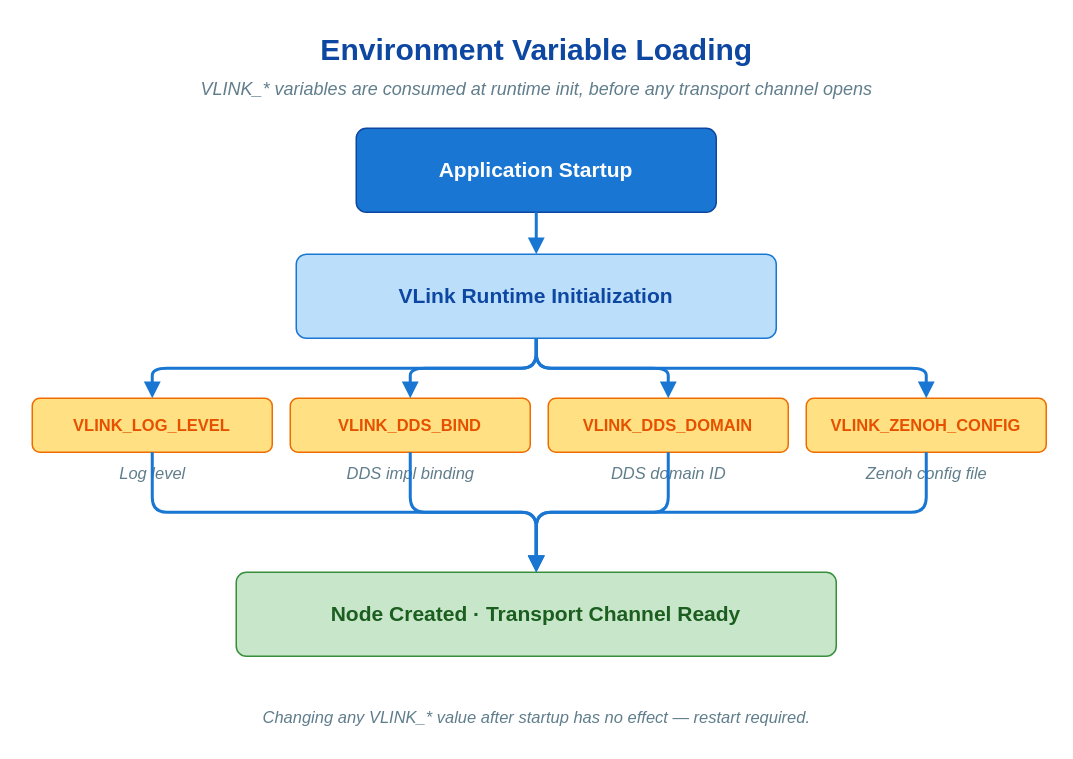
This is doc/images/env-var-loading.drawio from thun-res/vlink, a draw.io file, before an edit. Source tidied: cells renumbered, new cells numbered last; positions are measured from the earlier drawing's top-left corner, leaving out a move shared by most shapes. Both pictures are drawn from the tidied source at 150%, with x=0, y=0 at pixel (26, 26).
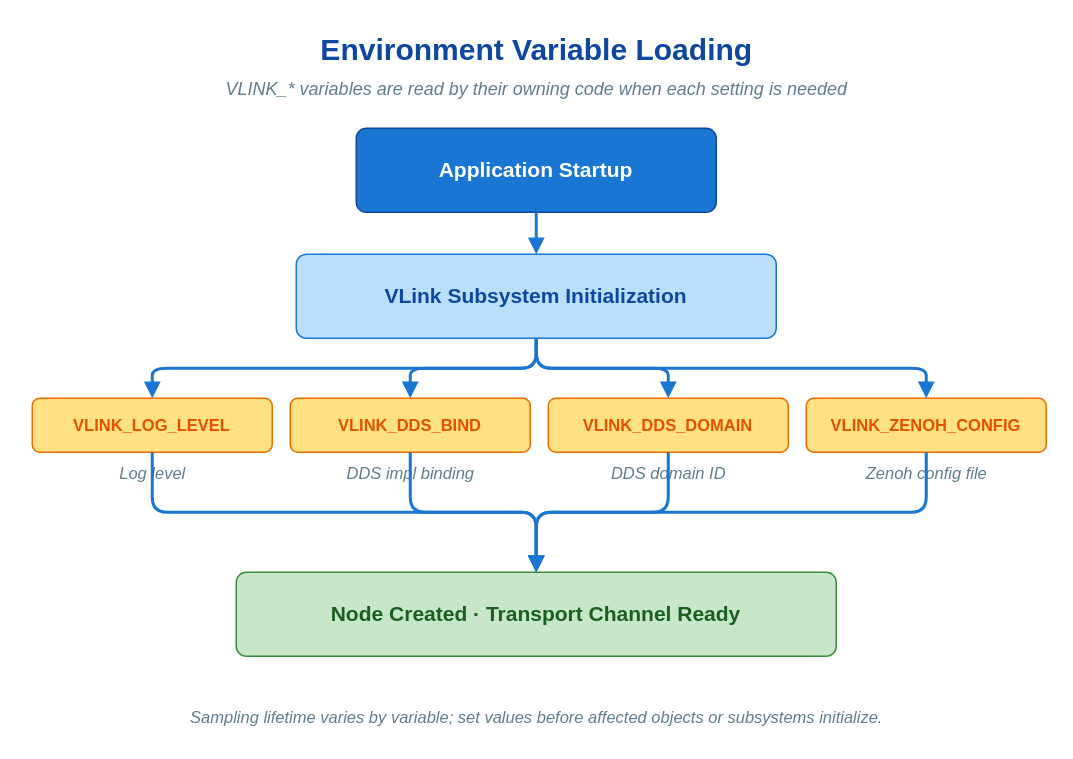
The same page after the edit.

Diff of the diagram source:
```diff
@@
-    <mxCell id="3" value="VLINK_* variables are consumed at runtime init, before any transport channel opens" style="text;html=1;align=center;verticalAlign=middle;strokeColor=none;fillColor=none;fontFamily=Helvetica;fontSize=12;fontStyle=2;fontColor=#607d8b;shadow=0;" parent="1" vertex="1">
+    <mxCell id="3" value="VLINK_* variables are read by their owning code when each setting is needed" style="text;html=1;align=center;verticalAlign=middle;strokeColor=none;fillColor=none;fontFamily=Helvetica;fontSize=12;fontStyle=2;fontColor=#607d8b;shadow=0;" parent="1" vertex="1">
       <mxGeometry y="32" width="680" height="20" as="geometry" />
     </mxCell>
@@
-    <mxCell id="6" value="VLink Runtime Initialization" style="rounded=1;whiteSpace=wrap;html=1;fillColor=#bbdefb;strokeColor=#1976d2;fontColor=#0d47a1;fontStyle=1;fontFamily=Helvetica;fontSize=14;arcSize=12;shadow=0;" parent="1" vertex="1">
+    <mxCell id="6" value="VLink Subsystem Initialization" style="rounded=1;whiteSpace=wrap;html=1;fillColor=#bbdefb;strokeColor=#1976d2;fontColor=#0d47a1;fontStyle=1;fontFamily=Helvetica;fontSize=14;arcSize=12;shadow=0;" parent="1" vertex="1">
       <mxGeometry x="180" y="152" width="320" height="56" as="geometry" />
     </mxCell>
@@
-    <mxCell id="24" value="Changing any VLINK_* value after startup has no effect — restart required." style="text;html=1;align=center;verticalAlign=middle;strokeColor=none;fillColor=none;fontFamily=Helvetica;fontSize=11;fontStyle=2;fontColor=#607d8b;shadow=0;" parent="1" vertex="1">
+    <mxCell id="24" value="Sampling lifetime varies by variable; set values before affected objects or subsystems initialize." style="text;html=1;align=center;verticalAlign=middle;strokeColor=none;fillColor=none;fontFamily=Helvetica;fontSize=11;fontStyle=2;fontColor=#607d8b;shadow=0;" parent="1" vertex="1">
       <mxGeometry y="450" width="680" height="22" as="geometry" />
     </mxCell>
```
